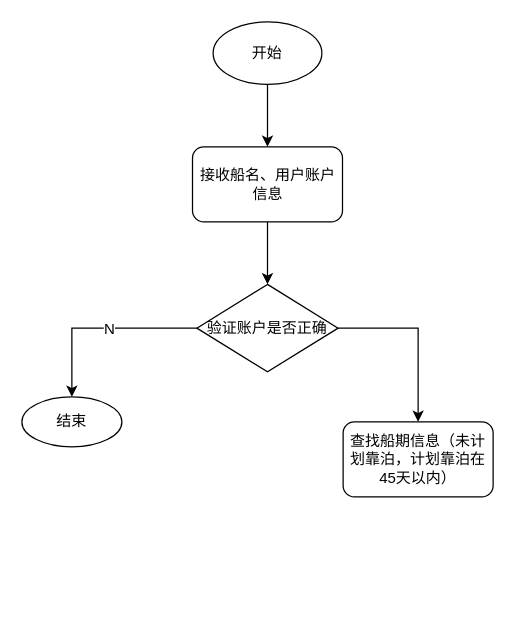
Before: port-manager/日一新船期查询.drawio in caixuecheng/track-drawio, a draw.io diagram. Source tidied: cells renumbered, new cells numbered last; positions are measured from the earlier drawing's top-left corner, leaving out a move shared by most shapes. Both pictures are drawn from the tidied source at 125%, with x=0, y=0 at pixel (21, 21).
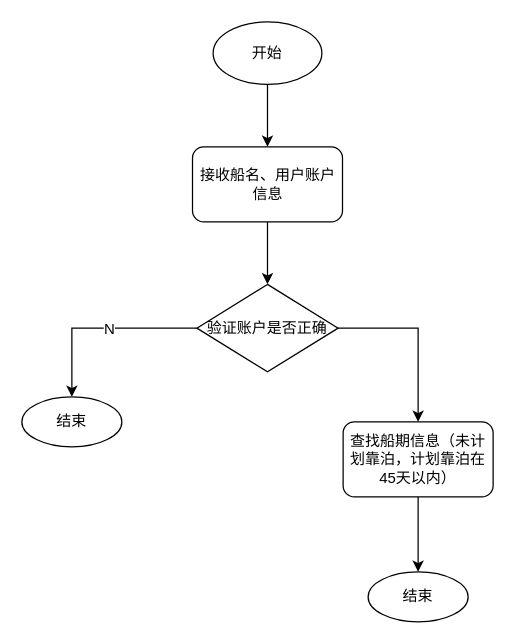
After the change.

Commit message:
更新日一新船期查询.drawio

The edit, as a diff of the source:
```diff
@@
 <mxGraphModel>
   <root>
     <mxCell id="0" />
     <mxCell id="1" parent="0" />
     <mxCell id="2" style="edgeStyle=orthogonalEdgeStyle;rounded=0;jettySize=auto;html=1;exitX=0.5;exitY=1;exitDx=0;exitDy=0;entryX=0.5;entryY=0;entryDx=0;entryDy=0;" parent="1" edge="1" source="3" target="5">
       <mxGeometry relative="1" as="geometry" />
     </mxCell>
     <mxCell id="3" value="开始" style="ellipse;whiteSpace=wrap;html=1;" parent="1" vertex="1">
       <mxGeometry x="153" width="87" height="50" as="geometry" />
     </mxCell>
     <mxCell id="4" style="edgeStyle=orthogonalEdgeStyle;rounded=0;jettySize=auto;html=1;exitX=0.5;exitY=1;exitDx=0;exitDy=0;entryX=0.5;entryY=0;entryDx=0;entryDy=0;" parent="1" edge="1" source="5" target="9">
       <mxGeometry relative="1" as="geometry" />
     </mxCell>
     <mxCell id="5" value="接收船名、用户账户信息" style="rounded=1;whiteSpace=wrap;html=1;" parent="1" vertex="1">
       <mxGeometry x="136.5" y="100" width="120" height="60" as="geometry" />
     </mxCell>
     <mxCell id="6" style="edgeStyle=orthogonalEdgeStyle;rounded=0;jettySize=auto;html=1;exitX=0;exitY=0.5;exitDx=0;exitDy=0;entryX=0.5;entryY=0;entryDx=0;entryDy=0;" parent="1" edge="1" source="9" target="10">
       <mxGeometry relative="1" as="geometry" />
     </mxCell>
     <mxCell id="7" value="N" style="text;html=1;align=center;verticalAlign=middle;labelBackgroundColor=#ffffff;" parent="6" vertex="1">
       <mxGeometry x="-0.08" relative="1" as="geometry" />
     </mxCell>
     <mxCell id="8" style="edgeStyle=orthogonalEdgeStyle;rounded=0;jettySize=auto;html=1;exitX=1;exitY=0.5;exitDx=0;exitDy=0;entryX=0.5;entryY=0;entryDx=0;entryDy=0;" parent="1" edge="1" source="9" target="11">
       <mxGeometry relative="1" as="geometry" />
     </mxCell>
     <mxCell id="9" value="验证账户是否正确" style="rhombus;whiteSpace=wrap;html=1;" parent="1" vertex="1">
       <mxGeometry x="140" y="210" width="113" height="70" as="geometry" />
     </mxCell>
     <mxCell id="10" value="结束" style="ellipse;whiteSpace=wrap;html=1;" parent="1" vertex="1">
       <mxGeometry y="300" width="80" height="40" as="geometry" />
     </mxCell>
+    <mxCell id="12" style="edgeStyle=orthogonalEdgeStyle;rounded=0;jettySize=auto;html=1;exitX=0.5;exitY=1;exitDx=0;exitDy=0;entryX=0.5;entryY=0;entryDx=0;entryDy=0;" parent="1" edge="1" source="11" target="13">
+      <mxGeometry relative="1" as="geometry" />
+    </mxCell>
     <mxCell id="11" value="查找船期信息（未计划靠泊，计划靠泊在45天以内）" style="rounded=1;whiteSpace=wrap;html=1;" parent="1" vertex="1">
       <mxGeometry x="257" y="320" width="120" height="60" as="geometry" />
     </mxCell>
+    <mxCell id="13" value="结束" style="ellipse;whiteSpace=wrap;html=1;" parent="1" vertex="1">
+      <mxGeometry x="277" y="440" width="80" height="40" as="geometry" />
+    </mxCell>
   </root>
 </mxGraphModel>
```
